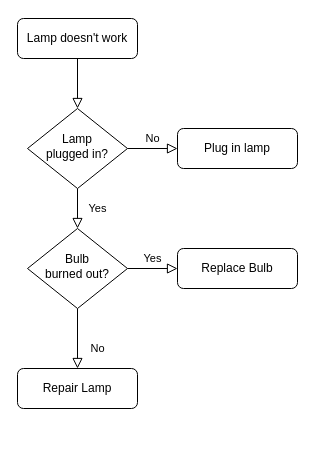
Revelation-22/Revelation-Diary keeps this draw.io diagram as Revelation-Diary/Source/FlowChart/Setting.drawio. Above is the earlier version. Source tidied: cells renumbered, new cells numbered last; positions are measured from the earlier drawing's top-left corner, leaving out a move shared by most shapes. Both pictures are drawn from the tidied source at 100%, with x=0, y=0 at pixel (17, 18).
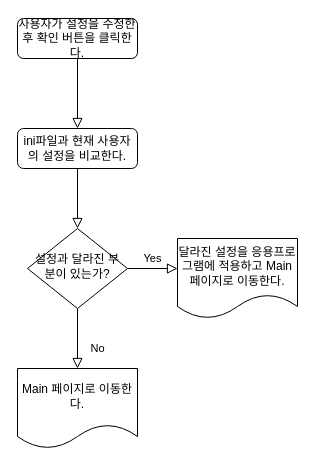
The same diagram, later.

Diff of the diagram source:
```diff
@@
 <mxGraphModel>
   <root>
     <mxCell id="0" />
     <mxCell id="1" parent="0" />
-    <mxCell id="2" style="rounded=0;html=1;jettySize=auto;fontSize=11;endArrow=block;endFill=0;endSize=8;strokeWidth=1;shadow=0;labelBackgroundColor=none;edgeStyle=orthogonalEdgeStyle;" parent="1" edge="1" source="3" target="6">
+    <mxCell id="2" style="rounded=0;html=1;jettySize=auto;fontSize=11;endArrow=block;endFill=0;endSize=8;strokeWidth=1;shadow=0;labelBackgroundColor=none;edgeStyle=orthogonalEdgeStyle;entryX=0.5;entryY=0;entryDx=0;entryDy=0;" parent="1" edge="1" source="3" target="7">
       <mxGeometry relative="1" as="geometry" />
     </mxCell>
-    <mxCell id="3" value="Lamp doesn't work" style="rounded=1;whiteSpace=wrap;html=1;fontSize=12;glass=0;strokeWidth=1;shadow=0;" parent="1" vertex="1">
+    <mxCell id="3" value="사용자가 설정을 수정한 후 확인 버튼을 클릭한다." style="rounded=1;whiteSpace=wrap;html=1;fontSize=12;glass=0;strokeWidth=1;shadow=0;" parent="1" vertex="1">
       <mxGeometry width="120" height="40" as="geometry" />
     </mxCell>
-    <mxCell id="4" value="Yes" style="rounded=0;html=1;jettySize=auto;fontSize=11;endArrow=block;endFill=0;endSize=8;strokeWidth=1;shadow=0;labelBackgroundColor=none;edgeStyle=orthogonalEdgeStyle;" parent="1" edge="1" source="6" target="10">
-      <mxGeometry y="20" relative="1" as="geometry" />
-    </mxCell>
-    <mxCell id="5" value="No" style="edgeStyle=orthogonalEdgeStyle;rounded=0;html=1;jettySize=auto;fontSize=11;endArrow=block;endFill=0;endSize=8;strokeWidth=1;shadow=0;labelBackgroundColor=none;" parent="1" edge="1" source="6" target="7">
-      <mxGeometry y="10" relative="1" as="geometry" />
-    </mxCell>
-    <mxCell id="6" value="Lamp&lt;br&gt;plugged in?" style="rhombus;whiteSpace=wrap;html=1;shadow=0;fontFamily=Helvetica;fontSize=12;align=center;strokeWidth=1;spacing=6;spacingTop=-4;" parent="1" vertex="1">
-      <mxGeometry x="10" y="90" width="100" height="80" as="geometry" />
-    </mxCell>
-    <mxCell id="7" value="Plug in lamp" style="rounded=1;whiteSpace=wrap;html=1;fontSize=12;glass=0;strokeWidth=1;shadow=0;" parent="1" vertex="1">
-      <mxGeometry x="160" y="110" width="120" height="40" as="geometry" />
+    <mxCell id="7" value="ini파일과 현재 사용자의 설정을 비교한다." style="rounded=1;whiteSpace=wrap;html=1;fontSize=12;glass=0;strokeWidth=1;shadow=0;" parent="1" vertex="1">
+      <mxGeometry y="110" width="120" height="40" as="geometry" />
     </mxCell>
-    <mxCell id="8" value="No" style="rounded=0;html=1;jettySize=auto;fontSize=11;endArrow=block;endFill=0;endSize=8;strokeWidth=1;shadow=0;labelBackgroundColor=none;edgeStyle=orthogonalEdgeStyle;" parent="1" edge="1" source="10" target="11">
+    <mxCell id="8" value="No" style="rounded=0;html=1;jettySize=auto;fontSize=11;endArrow=block;endFill=0;endSize=8;strokeWidth=1;shadow=0;labelBackgroundColor=none;edgeStyle=orthogonalEdgeStyle;" parent="1" edge="1" source="10" target="14">
       <mxGeometry x="0.33" y="20" relative="1" as="geometry" />
     </mxCell>
-    <mxCell id="9" value="Yes" style="edgeStyle=orthogonalEdgeStyle;rounded=0;html=1;jettySize=auto;fontSize=11;endArrow=block;endFill=0;endSize=8;strokeWidth=1;shadow=0;labelBackgroundColor=none;" parent="1" edge="1" source="10" target="12">
+    <mxCell id="9" value="Yes" style="edgeStyle=orthogonalEdgeStyle;rounded=0;html=1;jettySize=auto;fontSize=11;endArrow=block;endFill=0;endSize=8;strokeWidth=1;shadow=0;labelBackgroundColor=none;entryX=0;entryY=0.375;entryDx=0;entryDy=0;entryPerimeter=0;" parent="1" edge="1" source="10" target="15">
       <mxGeometry y="10" relative="1" as="geometry" />
     </mxCell>
-    <mxCell id="10" value="Bulb&lt;br&gt;burned out?" style="rhombus;whiteSpace=wrap;html=1;shadow=0;fontFamily=Helvetica;fontSize=12;align=center;strokeWidth=1;spacing=6;spacingTop=-4;" parent="1" vertex="1">
+    <mxCell id="10" value="설정과 달라진 부분이 있는가?" style="rhombus;whiteSpace=wrap;html=1;shadow=0;fontFamily=Helvetica;fontSize=12;align=center;strokeWidth=1;spacing=6;spacingTop=-4;" parent="1" vertex="1">
       <mxGeometry x="10" y="210" width="100" height="80" as="geometry" />
     </mxCell>
-    <mxCell id="11" value="Repair Lamp" style="rounded=1;whiteSpace=wrap;html=1;fontSize=12;glass=0;strokeWidth=1;shadow=0;" parent="1" vertex="1">
-      <mxGeometry y="350" width="120" height="40" as="geometry" />
-    </mxCell>
-    <mxCell id="12" value="Replace Bulb" style="rounded=1;whiteSpace=wrap;html=1;fontSize=12;glass=0;strokeWidth=1;shadow=0;" parent="1" vertex="1">
-      <mxGeometry x="160" y="230" width="120" height="40" as="geometry" />
-    </mxCell>
+    <mxCell id="13" style="rounded=0;html=1;jettySize=auto;fontSize=11;endArrow=block;endFill=0;endSize=8;strokeWidth=1;shadow=0;labelBackgroundColor=none;edgeStyle=orthogonalEdgeStyle;entryX=0.5;entryY=0;entryDx=0;entryDy=0;" parent="1" edge="1" source="7" target="10">
+      <mxGeometry relative="1" as="geometry" />
+    </mxCell>
+    <mxCell id="14" value="Main 페이지로 이동한다." style="shape=document;whiteSpace=wrap;html=1;boundedLbl=1;" parent="1" vertex="1">
+      <mxGeometry y="350" width="120" height="80" as="geometry" />
+    </mxCell>
+    <mxCell id="15" value="달라진 설정을 응용프로그램에 적용하고 Main페이지로 이동한다." style="shape=document;whiteSpace=wrap;html=1;boundedLbl=1;" parent="1" vertex="1">
+      <mxGeometry x="160" y="220" width="120" height="80" as="geometry" />
+    </mxCell>
   </root>
 </mxGraphModel>
```
